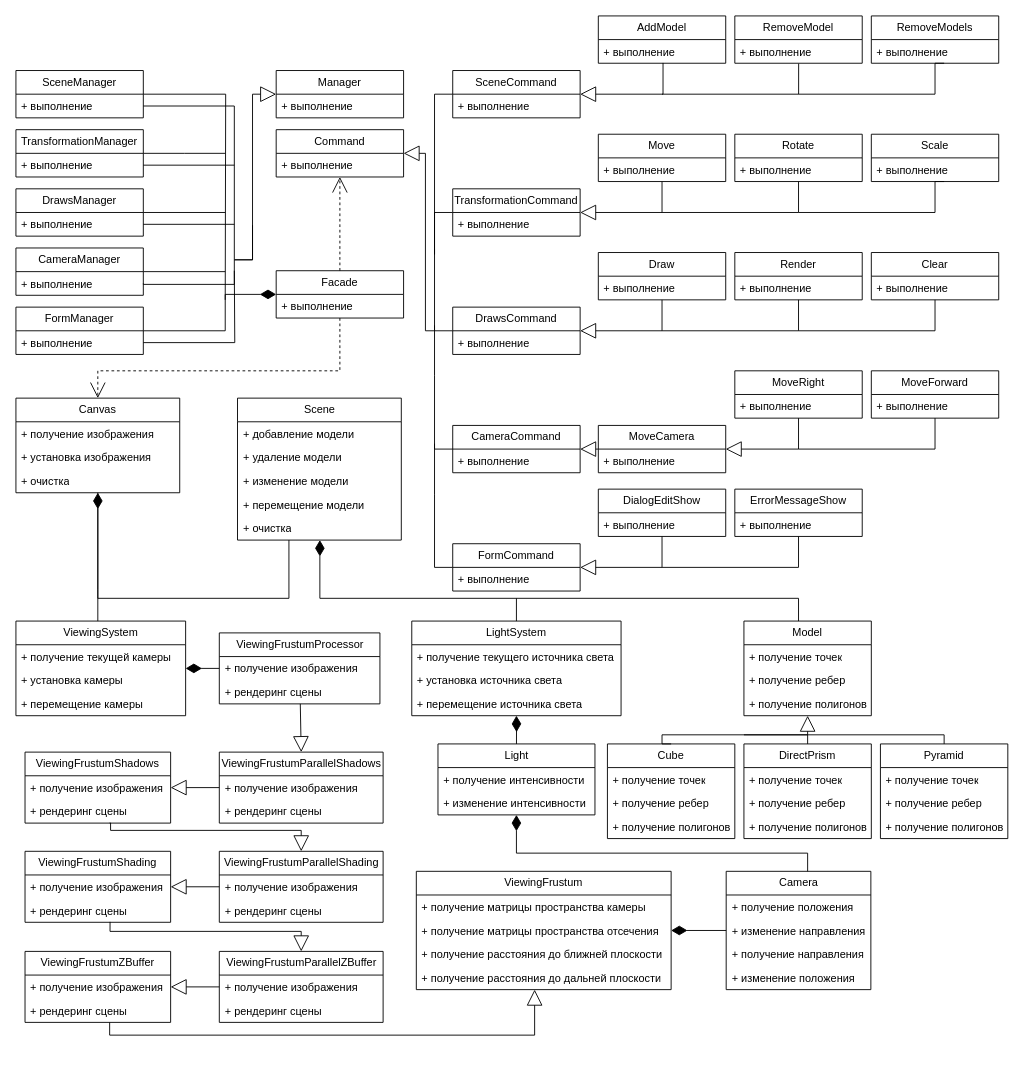
Before: page "Диаграмма классов" (3 of 3) of course_works/computer_graphics/designing/algorithms1.drawio in Kori-Tamashi/bmstu, a draw.io diagram. Source tidied: cells renumbered, new cells numbered last; positions are measured from the earlier drawing's top-left corner, leaving out a move shared by most shapes. Both pictures are drawn from the tidied source at 91%, with x=0, y=0 at pixel (15, 15).
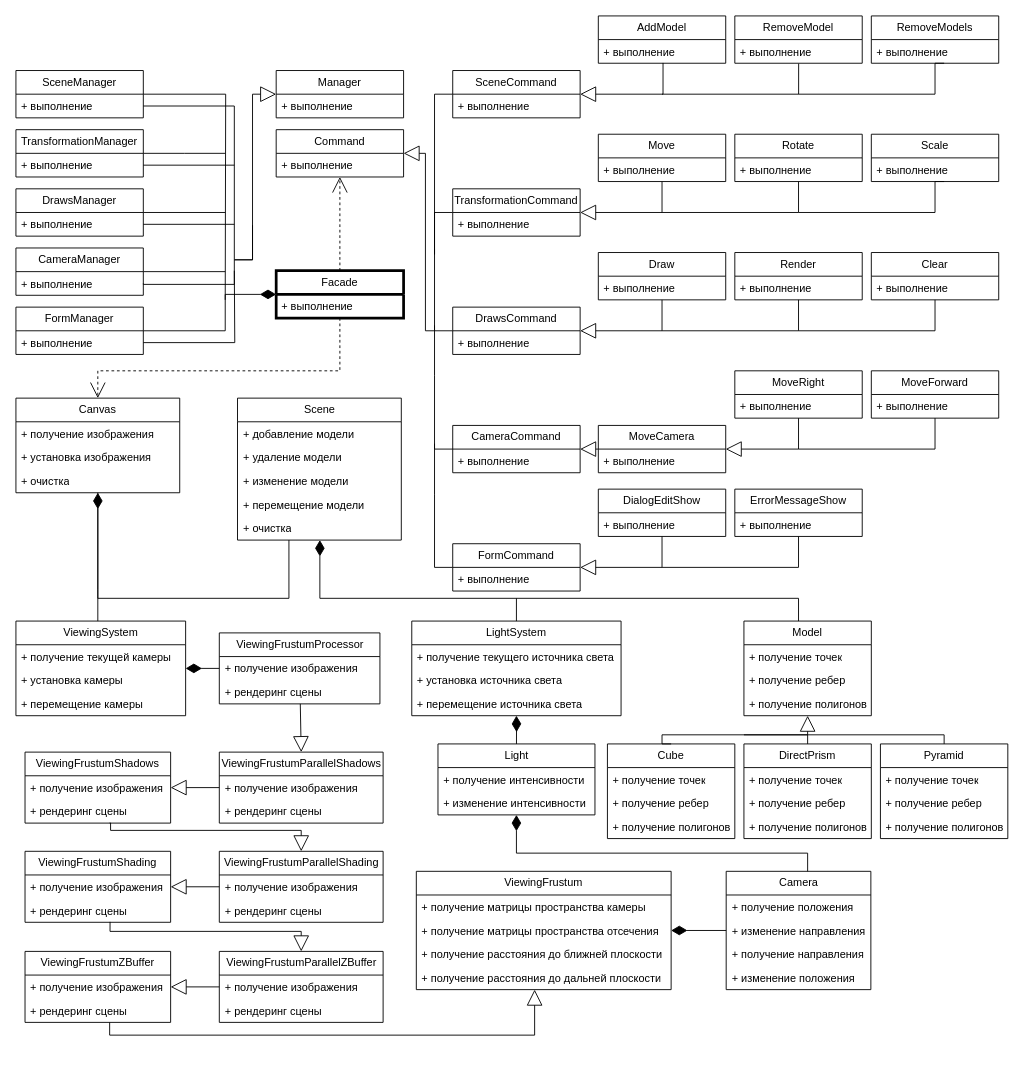
After the change.

Change to the diagram source:
```diff
@@
-    <mxCell id="4" value="Facade" style="swimlane;fontStyle=0;horizontal=1;startSize=26;fillColor=none;whiteSpace=wrap;html=1;" parent="1" vertex="1">
+    <mxCell id="4" value="Facade" style="swimlane;fontStyle=0;horizontal=1;startSize=26;fillColor=none;whiteSpace=wrap;html=1;strokeWidth=3;" parent="1" vertex="1">
       <mxGeometry x="286" y="280" width="140" height="52" as="geometry" />
     </mxCell>
```
